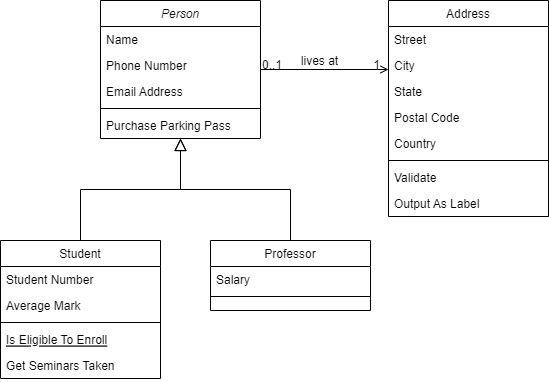
This is Assign3Part3 Diagram.drawio.png from jimmyjazz31/CS665Assign3, a draw.io export, as it was before one commit. Source tidied: cells renumbered, new cells last; positions are measured from the earlier drawing's top-left corner, leaving out a move shared by most shapes.
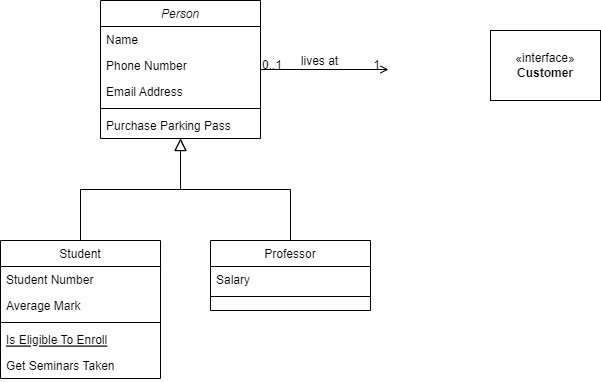
The same diagram one commit later.

Diff of the diagram source:
```diff
@@ -53,35 +53,9 @@
     <mxCell id="18" style="endArrow=block;endSize=10;endFill=0;shadow=0;strokeWidth=1;rounded=0;curved=0;edgeStyle=elbowEdgeStyle;elbow=vertical;" parent="1" edge="1" source="15" target="2">
       <mxGeometry relative="1" as="geometry" />
     </mxCell>
-    <mxCell id="19" value="Address" style="swimlane;fontStyle=0;align=center;verticalAlign=top;horizontal=1;startSize=26;rounded=0;shadow=0;strokeWidth=1;" parent="1" vertex="1">
-      <mxGeometry x="388" width="160" height="216" as="geometry" />
-    </mxCell>
-    <mxCell id="20" value="Street" style="text;align=left;verticalAlign=top;spacingLeft=4;spacingRight=4;overflow=hidden;" parent="19" vertex="1">
-      <mxGeometry y="26" width="160" height="26" as="geometry" />
-    </mxCell>
-    <mxCell id="21" value="City" style="text;align=left;verticalAlign=top;spacingLeft=4;spacingRight=4;overflow=hidden;rounded=0;shadow=0;html=0;" parent="19" vertex="1">
-      <mxGeometry y="52" width="160" height="26" as="geometry" />
-    </mxCell>
-    <mxCell id="22" value="State" style="text;align=left;verticalAlign=top;spacingLeft=4;spacingRight=4;overflow=hidden;rounded=0;shadow=0;html=0;" parent="19" vertex="1">
-      <mxGeometry y="78" width="160" height="26" as="geometry" />
-    </mxCell>
-    <mxCell id="23" value="Postal Code" style="text;align=left;verticalAlign=top;spacingLeft=4;spacingRight=4;overflow=hidden;rounded=0;shadow=0;html=0;" parent="19" vertex="1">
-      <mxGeometry y="104" width="160" height="26" as="geometry" />
-    </mxCell>
-    <mxCell id="24" value="Country" style="text;align=left;verticalAlign=top;spacingLeft=4;spacingRight=4;overflow=hidden;rounded=0;shadow=0;html=0;" parent="19" vertex="1">
-      <mxGeometry y="130" width="160" height="26" as="geometry" />
-    </mxCell>
-    <mxCell id="25" style="line;html=1;strokeWidth=1;align=left;verticalAlign=middle;spacingTop=-1;spacingLeft=3;spacingRight=3;labelPosition=right;" parent="19" vertex="1">
-      <mxGeometry y="156" width="160" height="8" as="geometry" />
-    </mxCell>
-    <mxCell id="26" value="Validate" style="text;align=left;verticalAlign=top;spacingLeft=4;spacingRight=4;overflow=hidden;" parent="19" vertex="1">
-      <mxGeometry y="164" width="160" height="26" as="geometry" />
-    </mxCell>
-    <mxCell id="27" value="Output As Label" style="text;align=left;verticalAlign=top;spacingLeft=4;spacingRight=4;overflow=hidden;" parent="19" vertex="1">
-      <mxGeometry y="190" width="160" height="26" as="geometry" />
-    </mxCell>
-    <mxCell id="28" style="endArrow=open;shadow=0;strokeWidth=1;rounded=0;curved=0;endFill=1;edgeStyle=elbowEdgeStyle;elbow=vertical;" parent="1" edge="1" source="2" target="19">
+    <mxCell id="28" style="endArrow=open;shadow=0;strokeWidth=1;rounded=0;curved=0;endFill=1;edgeStyle=elbowEdgeStyle;elbow=vertical;" parent="1" edge="1" source="2">
       <mxGeometry x="0.5" y="41" relative="1" as="geometry">
+        <mxPoint x="388" y="69" as="targetPoint" />
         <mxPoint x="-40" y="32" as="offset" />
       </mxGeometry>
     </mxCell>
@@ -100,5 +74,8 @@
         <mxPoint x="-38" y="40" as="offset" />
       </mxGeometry>
     </mxCell>
+    <mxCell id="32" value="«interface»&lt;br&gt;&lt;b&gt;Customer&lt;/b&gt;" style="html=1;whiteSpace=wrap;" parent="1" vertex="1">
+      <mxGeometry x="490" y="30" width="110" height="70" as="geometry" />
+    </mxCell>
   </root>
 </mxGraphModel>
```
